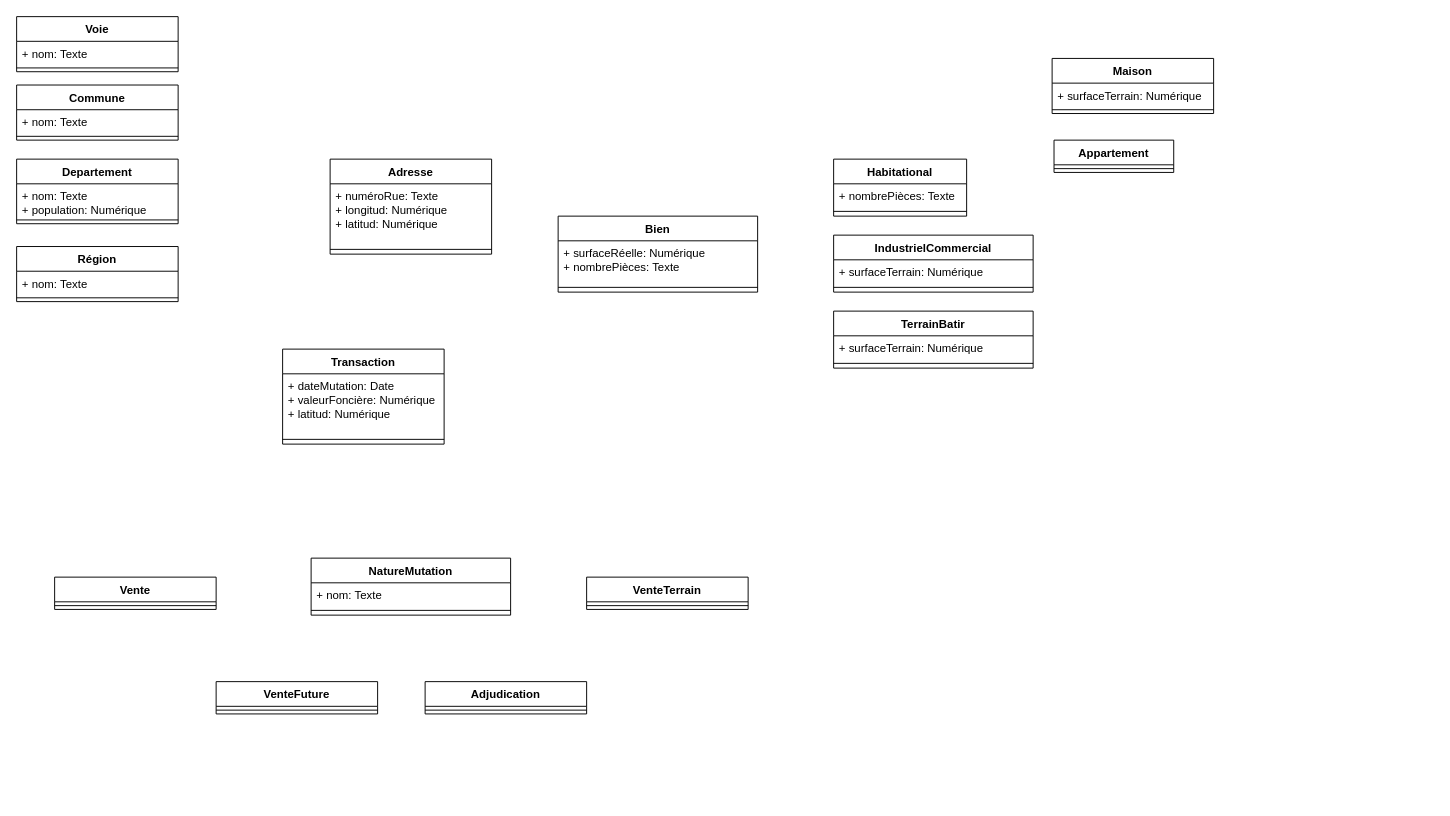
The draw.io diagram Diagramme sans nom.drawio in ocon-ene/Projets-personnelles, before the edit. Source tidied: cells renumbered, new cells numbered last; positions are measured from the earlier drawing's top-left corner, leaving out a move shared by most shapes. Both pictures are drawn from the tidied source at 95%, with x=0, y=0 at pixel (16, 16).
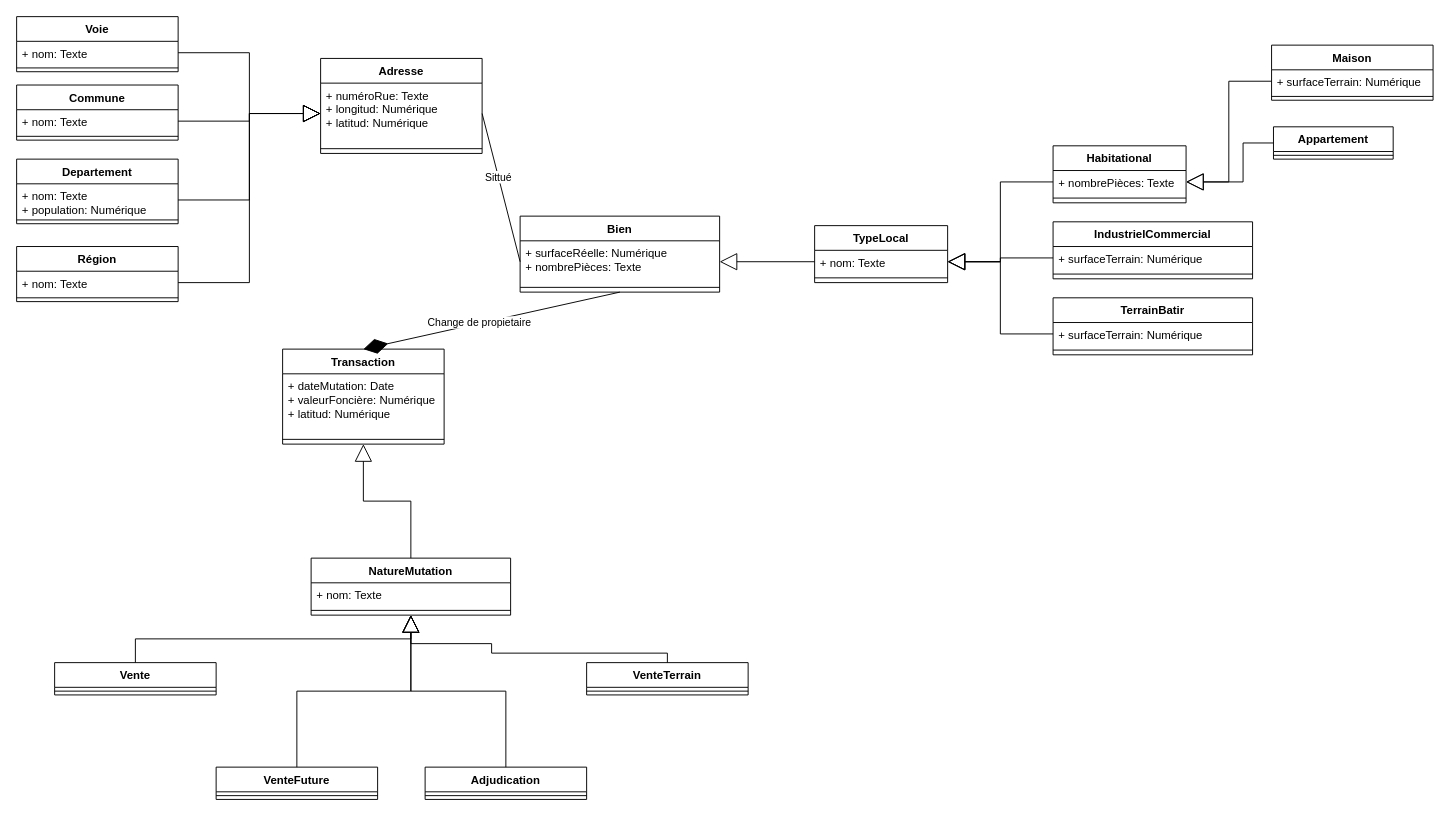
Above is the later version.

Commit message (it also covers changes not shown here):
Mettre à jour Diagramme sans nom.drawio

The change refers to these unchanged cells:
```xml
<mxCell id="3" value="&lt;div&gt;+ surfaceRéelle: Numérique&lt;/div&gt;&lt;div&gt;+ nombrePièces: Texte&lt;br&gt;&lt;/div&gt;" style="text;strokeColor=none;fillColor=none;align=left;verticalAlign=top;spacingLeft=4;spacingRight=4;overflow=hidden;points=[[0,0.5],[1,0.5]];portConstraint=eastwest;whiteSpace=wrap;html=1;" parent="2" vertex="1">
  <mxGeometry y="26" width="210" height="44" as="geometry" />
</mxCell>
<mxCell id="6" value="&lt;div&gt;+ surfaceTerrain: Numérique&lt;/div&gt;&lt;div&gt;&lt;br&gt;&lt;/div&gt;&lt;div&gt;&lt;br&gt;&lt;br&gt;&lt;/div&gt;" style="text;strokeColor=none;fillColor=none;align=left;verticalAlign=top;spacingLeft=4;spacingRight=4;overflow=hidden;points=[[0,0.5],[1,0.5]];portConstraint=eastwest;whiteSpace=wrap;html=1;" parent="5" vertex="1">
  <mxGeometry y="26" width="210" height="24" as="geometry" />
</mxCell>
<mxCell id="9" value="+ nombrePièces: Texte" style="text;strokeColor=none;fillColor=none;align=left;verticalAlign=top;spacingLeft=4;spacingRight=4;overflow=hidden;points=[[0,0.5],[1,0.5]];portConstraint=eastwest;whiteSpace=wrap;html=1;" parent="8" vertex="1">
  <mxGeometry y="26" width="140" height="24" as="geometry" />
</mxCell>
<mxCell id="14" value="&lt;div&gt;+ numéroRue: Texte&lt;br&gt;&lt;/div&gt;&lt;div&gt;+ longitud: Numérique&lt;/div&gt;&lt;div&gt;+ latitud: Numérique&lt;br&gt;&lt;/div&gt;" style="text;strokeColor=none;fillColor=none;align=left;verticalAlign=top;spacingLeft=4;spacingRight=4;overflow=hidden;points=[[0,0.5],[1,0.5]];portConstraint=eastwest;whiteSpace=wrap;html=1;" parent="13" vertex="1">
  <mxGeometry y="26" width="170" height="64" as="geometry" />
</mxCell>
<mxCell id="16" value="NatureMutation" style="swimlane;fontStyle=1;align=center;verticalAlign=top;horizontal=1;startSize=26;whiteSpace=wrap;html=1;" parent="1" vertex="1">
  <mxGeometry x="310" y="570" width="210" height="60" as="geometry" />
</mxCell>
<mxCell id="20" value="&lt;div&gt;+ nom: Texte&lt;br&gt;&lt;/div&gt;&lt;div&gt;&lt;br&gt;&lt;/div&gt;&lt;div&gt;&lt;br&gt;&lt;/div&gt;" style="text;strokeColor=none;fillColor=none;align=left;verticalAlign=top;spacingLeft=4;spacingRight=4;overflow=hidden;points=[[0,0.5],[1,0.5]];portConstraint=eastwest;whiteSpace=wrap;html=1;" parent="19" vertex="1">
  <mxGeometry y="26" width="170" height="24" as="geometry" />
</mxCell>
<mxCell id="23" value="&lt;div&gt;+ surfaceTerrain: Numérique&lt;/div&gt;&lt;div&gt;&lt;br&gt;&lt;/div&gt;&lt;div&gt;&lt;br&gt;&lt;/div&gt;" style="text;strokeColor=none;fillColor=none;align=left;verticalAlign=top;spacingLeft=4;spacingRight=4;overflow=hidden;points=[[0,0.5],[1,0.5]];portConstraint=eastwest;whiteSpace=wrap;html=1;" parent="22" vertex="1">
  <mxGeometry y="26" width="170" height="24" as="geometry" />
</mxCell>
<mxCell id="26" value="&lt;div&gt;+ nom: Texte&lt;/div&gt;&lt;div&gt;+ population: Numérique&lt;br&gt;&lt;/div&gt;&lt;div&gt;&lt;br&gt;&lt;/div&gt;&lt;div&gt;&lt;br&gt;&lt;/div&gt;" style="text;strokeColor=none;fillColor=none;align=left;verticalAlign=top;spacingLeft=4;spacingRight=4;overflow=hidden;points=[[0,0.5],[1,0.5]];portConstraint=eastwest;whiteSpace=wrap;html=1;" parent="25" vertex="1">
  <mxGeometry y="26" width="170" height="34" as="geometry" />
</mxCell>
<mxCell id="29" value="&lt;div&gt;+ nom: Texte&lt;br&gt;&lt;/div&gt;&lt;div&gt;&lt;br&gt;&lt;/div&gt;&lt;div&gt;&lt;br&gt;&lt;/div&gt;" style="text;strokeColor=none;fillColor=none;align=left;verticalAlign=top;spacingLeft=4;spacingRight=4;overflow=hidden;points=[[0,0.5],[1,0.5]];portConstraint=eastwest;whiteSpace=wrap;html=1;" parent="28" vertex="1">
  <mxGeometry y="26" width="170" height="24" as="geometry" />
</mxCell>
<mxCell id="32" value="&lt;div&gt;+ nom: Texte&lt;br&gt;&lt;/div&gt;&lt;div&gt;&lt;br&gt;&lt;/div&gt;&lt;div&gt;&lt;br&gt;&lt;/div&gt;" style="text;strokeColor=none;fillColor=none;align=left;verticalAlign=top;spacingLeft=4;spacingRight=4;overflow=hidden;points=[[0,0.5],[1,0.5]];portConstraint=eastwest;whiteSpace=wrap;html=1;" parent="31" vertex="1">
  <mxGeometry y="26" width="170" height="24" as="geometry" />
</mxCell>
<mxCell id="34" value="Transaction" style="swimlane;fontStyle=1;align=center;verticalAlign=top;horizontal=1;startSize=26;whiteSpace=wrap;html=1;" parent="1" vertex="1">
  <mxGeometry x="280" y="350" width="170" height="100" as="geometry" />
</mxCell>
<mxCell id="38" value="&lt;div&gt;+ surfaceTerrain: Numérique&lt;/div&gt;&lt;div&gt;&lt;br&gt;&lt;/div&gt;&lt;div&gt;&lt;br&gt;&lt;br&gt;&lt;/div&gt;" style="text;strokeColor=none;fillColor=none;align=left;verticalAlign=top;spacingLeft=4;spacingRight=4;overflow=hidden;points=[[0,0.5],[1,0.5]];portConstraint=eastwest;whiteSpace=wrap;html=1;" parent="37" vertex="1">
  <mxGeometry y="26" width="210" height="24" as="geometry" />
</mxCell>
```

Diff of the diagram source:
```diff
@@
     <mxCell id="2" value="Bien" style="swimlane;fontStyle=1;align=center;verticalAlign=top;horizontal=1;startSize=26;whiteSpace=wrap;html=1;" parent="1" vertex="1">
-      <mxGeometry x="570" y="210" width="210" height="80" as="geometry" />
+      <mxGeometry x="530" y="210" width="210" height="80" as="geometry" />
     </mxCell>
@@
     <mxCell id="5" value="IndustrielCommercial" style="swimlane;fontStyle=1;align=center;verticalAlign=top;horizontal=1;startSize=26;whiteSpace=wrap;html=1;" parent="1" vertex="1">
-      <mxGeometry x="860" y="230" width="210" height="60" as="geometry" />
+      <mxGeometry x="1091" y="216" width="210" height="60" as="geometry" />
     </mxCell>
@@
     <mxCell id="8" value="Habitational" style="swimlane;fontStyle=1;align=center;verticalAlign=top;horizontal=1;startSize=26;whiteSpace=wrap;html=1;" parent="1" vertex="1">
-      <mxGeometry x="860" y="150" width="140" height="60" as="geometry" />
+      <mxGeometry x="1091" y="136" width="140" height="60" as="geometry" />
     </mxCell>
@@
     <mxCell id="11" value="Appartement" style="swimlane;fontStyle=1;align=center;verticalAlign=top;horizontal=1;startSize=26;whiteSpace=wrap;html=1;" parent="1" vertex="1">
-      <mxGeometry x="1092" y="130" width="126" height="34" as="geometry" />
+      <mxGeometry x="1323" y="116" width="126" height="34" as="geometry" />
     </mxCell>
@@
     <mxCell id="13" value="Adresse" style="swimlane;fontStyle=1;align=center;verticalAlign=top;horizontal=1;startSize=26;whiteSpace=wrap;html=1;" parent="1" vertex="1">
-      <mxGeometry x="330" y="150" width="170" height="100" as="geometry" />
+      <mxGeometry x="320" y="44" width="170" height="100" as="geometry" />
     </mxCell>
@@
     <mxCell id="22" value="Maison" style="swimlane;fontStyle=1;align=center;verticalAlign=top;horizontal=1;startSize=26;whiteSpace=wrap;html=1;" parent="1" vertex="1">
-      <mxGeometry x="1090" y="44" width="170" height="58" as="geometry" />
+      <mxGeometry x="1321" y="30" width="170" height="58" as="geometry" />
     </mxCell>
@@
     <mxCell id="37" value="TerrainBatir" style="swimlane;fontStyle=1;align=center;verticalAlign=top;horizontal=1;startSize=26;whiteSpace=wrap;html=1;" parent="1" vertex="1">
-      <mxGeometry x="860" y="310" width="210" height="60" as="geometry" />
+      <mxGeometry x="1091" y="296" width="210" height="60" as="geometry" />
     </mxCell>
@@
     <mxCell id="40" value="Vente" style="swimlane;fontStyle=1;align=center;verticalAlign=top;horizontal=1;startSize=26;whiteSpace=wrap;html=1;" parent="1" vertex="1">
-      <mxGeometry x="40" y="590" width="170" height="34" as="geometry" />
+      <mxGeometry x="40" y="680" width="170" height="34" as="geometry" />
     </mxCell>
@@
     <mxCell id="42" value="VenteFuture" style="swimlane;fontStyle=1;align=center;verticalAlign=top;horizontal=1;startSize=26;whiteSpace=wrap;html=1;" parent="1" vertex="1">
-      <mxGeometry x="210" y="700" width="170" height="34" as="geometry" />
+      <mxGeometry x="210" y="790" width="170" height="34" as="geometry" />
     </mxCell>
@@
     <mxCell id="44" value="Adjudication" style="swimlane;fontStyle=1;align=center;verticalAlign=top;horizontal=1;startSize=26;whiteSpace=wrap;html=1;" parent="1" vertex="1">
-      <mxGeometry x="430" y="700" width="170" height="34" as="geometry" />
+      <mxGeometry x="430" y="790" width="170" height="34" as="geometry" />
     </mxCell>
@@
     <mxCell id="46" value="VenteTerrain" style="swimlane;fontStyle=1;align=center;verticalAlign=top;horizontal=1;startSize=26;whiteSpace=wrap;html=1;" parent="1" vertex="1">
-      <mxGeometry x="600" y="590" width="170" height="34" as="geometry" />
+      <mxGeometry x="600" y="680" width="170" height="34" as="geometry" />
     </mxCell>
@@
+    <mxCell id="48" value="&lt;div&gt;&lt;br&gt;&lt;/div&gt;&lt;div&gt;&lt;br&gt;&lt;/div&gt;" style="endArrow=block;endSize=16;endFill=0;html=1;exitX=0.5;exitY=0;exitDx=0;exitDy=0;rounded=0;edgeStyle=orthogonalEdgeStyle;entryX=0.5;entryY=1;entryDx=0;entryDy=0;" parent="1" edge="1" source="40" target="16">
+      <mxGeometry x="-0.06" y="-35" relative="1" as="geometry" />
+    </mxCell>
+    <mxCell id="49" value="&lt;div&gt;&lt;br&gt;&lt;/div&gt;&lt;div&gt;&lt;br&gt;&lt;/div&gt;" style="endArrow=block;endSize=16;endFill=0;html=1;exitX=0.5;exitY=0;exitDx=0;exitDy=0;entryX=0.5;entryY=1;entryDx=0;entryDy=0;rounded=0;edgeStyle=orthogonalEdgeStyle;" parent="1" edge="1" source="42" target="16">
+      <mxGeometry x="-0.06" y="-35" relative="1" as="geometry" />
+    </mxCell>
+    <mxCell id="50" value="&lt;div&gt;&lt;br&gt;&lt;/div&gt;&lt;div&gt;&lt;br&gt;&lt;/div&gt;" style="endArrow=block;endSize=16;endFill=0;html=1;exitX=0.5;exitY=0;exitDx=0;exitDy=0;entryX=0.5;entryY=1;entryDx=0;entryDy=0;rounded=0;edgeStyle=orthogonalEdgeStyle;" parent="1" edge="1" source="44" target="16">
+      <mxGeometry x="-0.06" y="-35" relative="1" as="geometry" />
+    </mxCell>
+    <mxCell id="51" value="&lt;div&gt;&lt;br&gt;&lt;/div&gt;&lt;div&gt;&lt;br&gt;&lt;/div&gt;" style="endArrow=block;endSize=16;endFill=0;html=1;exitX=0.5;exitY=0;exitDx=0;exitDy=0;entryX=0.5;entryY=1;entryDx=0;entryDy=0;rounded=0;edgeStyle=orthogonalEdgeStyle;" parent="1" edge="1" source="46" target="16">
+      <mxGeometry x="-0.06" y="-35" relative="1" as="geometry">
+        <Array as="points">
+          <mxPoint x="685" y="670" />
+          <mxPoint x="500" y="670" />
+          <mxPoint x="500" y="660" />
+          <mxPoint x="415" y="660" />
+        </Array>
+      </mxGeometry>
+    </mxCell>
+    <mxCell id="52" style="endArrow=block;endSize=16;endFill=0;html=1;rounded=0;entryX=0.5;entryY=1;entryDx=0;entryDy=0;exitX=0.5;exitY=0;exitDx=0;exitDy=0;edgeStyle=orthogonalEdgeStyle;" parent="1" edge="1" source="16" target="34">
+      <mxGeometry relative="1" as="geometry" />
+    </mxCell>
+    <mxCell id="53" style="endArrow=block;endSize=16;endFill=0;html=1;rounded=0;exitX=1;exitY=0.5;exitDx=0;exitDy=0;edgeStyle=orthogonalEdgeStyle;entryX=0;entryY=0.5;entryDx=0;entryDy=0;" parent="1" edge="1" source="32" target="14">
+      <mxGeometry relative="1" as="geometry" />
+    </mxCell>
+    <mxCell id="54" style="endArrow=block;endSize=16;endFill=0;html=1;rounded=0;exitX=1;exitY=0.5;exitDx=0;exitDy=0;edgeStyle=orthogonalEdgeStyle;entryX=0;entryY=0.5;entryDx=0;entryDy=0;" parent="1" edge="1" source="20" target="14">
+      <mxGeometry relative="1" as="geometry" />
+    </mxCell>
+    <mxCell id="55" style="endArrow=block;endSize=16;endFill=0;html=1;rounded=0;exitX=1;exitY=0.5;exitDx=0;exitDy=0;edgeStyle=orthogonalEdgeStyle;entryX=0;entryY=0.5;entryDx=0;entryDy=0;" parent="1" edge="1" source="26" target="14">
+      <mxGeometry relative="1" as="geometry" />
+    </mxCell>
+    <mxCell id="56" style="endArrow=block;endSize=16;endFill=0;html=1;rounded=0;exitX=1;exitY=0.5;exitDx=0;exitDy=0;entryX=0;entryY=0.5;entryDx=0;entryDy=0;edgeStyle=orthogonalEdgeStyle;" parent="1" edge="1" source="29" target="14">
+      <mxGeometry relative="1" as="geometry" />
+    </mxCell>
+    <mxCell id="57" style="endArrow=block;endSize=16;endFill=0;html=1;rounded=0;exitX=0;exitY=0.5;exitDx=0;exitDy=0;edgeStyle=orthogonalEdgeStyle;entryX=1;entryY=0.5;entryDx=0;entryDy=0;" parent="1" edge="1" source="9" target="65">
+      <mxGeometry x="0.12" y="15" relative="1" as="geometry" />
+    </mxCell>
+    <mxCell id="58" style="endArrow=block;endSize=16;endFill=0;html=1;rounded=0;exitX=0;exitY=0.5;exitDx=0;exitDy=0;edgeStyle=orthogonalEdgeStyle;entryX=1;entryY=0.5;entryDx=0;entryDy=0;" parent="1" edge="1" source="6" target="65">
+      <mxGeometry x="0.12" y="15" relative="1" as="geometry" />
+    </mxCell>
+    <mxCell id="59" style="endArrow=block;endSize=16;endFill=0;html=1;rounded=0;exitX=0;exitY=0.5;exitDx=0;exitDy=0;edgeStyle=orthogonalEdgeStyle;entryX=1;entryY=0.5;entryDx=0;entryDy=0;" parent="1" edge="1" source="38" target="65">
+      <mxGeometry x="0.12" y="15" relative="1" as="geometry" />
+    </mxCell>
+    <mxCell id="60" style="endArrow=block;endSize=16;endFill=0;html=1;rounded=0;exitX=0;exitY=0.5;exitDx=0;exitDy=0;edgeStyle=orthogonalEdgeStyle;entryX=1;entryY=0.5;entryDx=0;entryDy=0;" parent="1" edge="1" source="23" target="9">
+      <mxGeometry x="0.12" y="15" relative="1" as="geometry" />
+    </mxCell>
+    <mxCell id="61" style="endArrow=block;endSize=16;endFill=0;html=1;rounded=0;exitX=0;exitY=0.5;exitDx=0;exitDy=0;edgeStyle=orthogonalEdgeStyle;entryX=1;entryY=0.5;entryDx=0;entryDy=0;" parent="1" edge="1" source="11" target="9">
+      <mxGeometry x="0.12" y="15" relative="1" as="geometry">
+        <Array as="points">
+          <mxPoint x="1291" y="133" />
+          <mxPoint x="1291" y="174" />
+        </Array>
+      </mxGeometry>
+    </mxCell>
+    <mxCell id="62" style="endArrow=none;html=1;rounded=0;entryX=1;entryY=0.5;entryDx=0;entryDy=0;exitX=0;exitY=0.5;exitDx=0;exitDy=0;" parent="1" edge="1" source="3" target="14">
+      <mxGeometry relative="1" as="geometry" />
+    </mxCell>
+    <mxCell id="63" value="Sittué" style="edgeLabel;html=1;align=center;verticalAlign=middle;" parent="62" vertex="1">
+      <mxGeometry x="0.14" relative="1" as="geometry">
+        <mxPoint x="-1" as="offset" />
+      </mxGeometry>
+    </mxCell>
+    <mxCell id="64" value="TypeLocal" style="swimlane;fontStyle=1;align=center;verticalAlign=top;horizontal=1;startSize=26;whiteSpace=wrap;html=1;" parent="1" vertex="1">
+      <mxGeometry x="840" y="220" width="140" height="60" as="geometry" />
+    </mxCell>
+    <mxCell id="65" value="+ nom: Texte" style="text;strokeColor=none;fillColor=none;align=left;verticalAlign=top;spacingLeft=4;spacingRight=4;overflow=hidden;points=[[0,0.5],[1,0.5]];portConstraint=eastwest;whiteSpace=wrap;html=1;" parent="64" vertex="1">
+      <mxGeometry y="26" width="140" height="24" as="geometry" />
+    </mxCell>
+    <mxCell id="66" style="line;strokeWidth=1;fillColor=none;align=left;verticalAlign=middle;spacingTop=-1;spacingLeft=3;spacingRight=3;labelPosition=right;strokeColor=inherit;" parent="64" vertex="1">
+      <mxGeometry y="50" width="140" height="10" as="geometry" />
+    </mxCell>
+    <mxCell id="67" style="endArrow=block;endSize=16;endFill=0;html=1;rounded=0;exitX=0;exitY=0.5;exitDx=0;exitDy=0;edgeStyle=orthogonalEdgeStyle;entryX=1;entryY=0.5;entryDx=0;entryDy=0;" parent="1" edge="1" source="65" target="3">
+      <mxGeometry x="0.12" y="15" relative="1" as="geometry" />
+    </mxCell>
+    <mxCell id="68" style="endArrow=diamondThin;endFill=1;endSize=24;html=1;rounded=0;entryX=0.5;entryY=0;entryDx=0;entryDy=0;exitX=0.5;exitY=1;exitDx=0;exitDy=0;" parent="1" edge="1" source="2" target="34">
+      <mxGeometry relative="1" as="geometry" />
+    </mxCell>
+    <mxCell id="69" value="Change de propietaire" style="edgeLabel;html=1;align=center;verticalAlign=middle;" parent="68" vertex="1">
+      <mxGeometry x="0.1" y="-1" relative="1" as="geometry" />
+    </mxCell>
```
